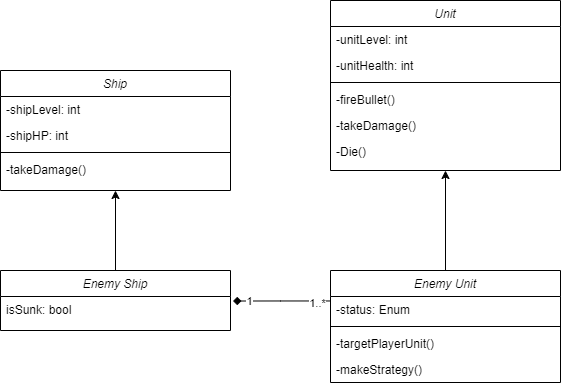
Earlier version of the draw.io export Doc/TL5/Diagrams/ClassDiagram_EnemyAI.png (PalakPandey09/Corsair-Clash). Source tidied: cells renumbered, new cells last; positions are measured from the earlier drawing's top-left corner, leaving out a move shared by most shapes. Its diagram source:
```xml
<mxGraphModel>
  <root>
    <mxCell id="0" />
    <mxCell id="1" parent="0" />
    <mxCell id="2" style="edgeStyle=orthogonalEdgeStyle;rounded=0;jettySize=auto;html=1;entryX=0.5;entryY=1;entryDx=0;entryDy=0;" parent="1" edge="1" source="3" target="5">
      <mxGeometry relative="1" as="geometry" />
    </mxCell>
    <mxCell id="3" value="Enemy Ship" style="swimlane;fontStyle=2;align=center;verticalAlign=top;horizontal=1;startSize=26;rounded=0;shadow=0;strokeWidth=1;" parent="1" vertex="1">
      <mxGeometry y="270" width="230" height="60" as="geometry" />
    </mxCell>
    <mxCell id="4" value="isSunk: bool" style="text;align=left;verticalAlign=top;spacingLeft=4;spacingRight=4;overflow=hidden;points=[[0,0.5],[1,0.5]];portConstraint=eastwest;rounded=0;shadow=0;html=0;" parent="3" vertex="1">
      <mxGeometry y="26" width="230" height="26" as="geometry" />
    </mxCell>
    <mxCell id="5" value="Ship" style="swimlane;fontStyle=2;align=center;verticalAlign=top;horizontal=1;startSize=26;rounded=0;shadow=0;strokeWidth=1;" parent="1" vertex="1">
      <mxGeometry y="70" width="230" height="120" as="geometry" />
    </mxCell>
    <mxCell id="6" value="-shipLevel: int" style="text;align=left;verticalAlign=top;spacingLeft=4;spacingRight=4;overflow=hidden;" parent="5" vertex="1">
      <mxGeometry y="26" width="230" height="26" as="geometry" />
    </mxCell>
    <mxCell id="7" value="-shipHP: int" style="text;align=left;verticalAlign=top;spacingLeft=4;spacingRight=4;overflow=hidden;rounded=0;shadow=0;html=0;" parent="5" vertex="1">
      <mxGeometry y="52" width="230" height="26" as="geometry" />
    </mxCell>
    <mxCell id="8" style="line;html=1;strokeWidth=1;align=left;verticalAlign=middle;spacingTop=-1;spacingLeft=3;spacingRight=3;labelPosition=right;" parent="5" vertex="1">
      <mxGeometry y="78" width="230" height="8" as="geometry" />
    </mxCell>
    <mxCell id="9" value="-takeDamage()" style="text;align=left;verticalAlign=top;spacingLeft=4;spacingRight=4;overflow=hidden;" parent="5" vertex="1">
      <mxGeometry y="86" width="230" height="26" as="geometry" />
    </mxCell>
    <mxCell id="10" style="edgeStyle=orthogonalEdgeStyle;rounded=0;jettySize=auto;html=1;entryX=1.011;entryY=0.174;entryDx=0;entryDy=0;endArrow=diamond;endFill=1;entryPerimeter=0;" parent="1" edge="1" source="14" target="4">
      <mxGeometry relative="1" as="geometry">
        <Array as="points">
          <mxPoint x="280" y="300" />
        </Array>
      </mxGeometry>
    </mxCell>
    <mxCell id="11" value="1..*" style="edgeLabel;html=1;align=center;verticalAlign=middle;" parent="10" vertex="1">
      <mxGeometry x="-0.73" y="2" relative="1" as="geometry" />
    </mxCell>
    <mxCell id="12" value="1" style="edgeLabel;html=1;align=center;verticalAlign=middle;" parent="10" vertex="1">
      <mxGeometry x="0.66" relative="1" as="geometry" />
    </mxCell>
    <mxCell id="13" style="edgeStyle=orthogonalEdgeStyle;rounded=0;jettySize=auto;html=1;" parent="1" edge="1" source="14" target="19">
      <mxGeometry relative="1" as="geometry" />
    </mxCell>
    <mxCell id="14" value="Enemy Unit" style="swimlane;fontStyle=2;align=center;verticalAlign=top;horizontal=1;startSize=26;rounded=0;shadow=0;strokeWidth=1;" parent="1" vertex="1">
      <mxGeometry x="330" y="270" width="230" height="112" as="geometry" />
    </mxCell>
    <mxCell id="15" value="-status: Enum" style="text;align=left;verticalAlign=top;spacingLeft=4;spacingRight=4;overflow=hidden;rounded=0;shadow=0;html=0;" parent="14" vertex="1">
      <mxGeometry y="26" width="230" height="26" as="geometry" />
    </mxCell>
    <mxCell id="16" style="line;html=1;strokeWidth=1;align=left;verticalAlign=middle;spacingTop=-1;spacingLeft=3;spacingRight=3;labelPosition=right;" parent="14" vertex="1">
      <mxGeometry y="52" width="230" height="8" as="geometry" />
    </mxCell>
    <mxCell id="17" value="-targetPlayerUnit()" style="text;align=left;verticalAlign=top;spacingLeft=4;spacingRight=4;overflow=hidden;rounded=0;shadow=0;html=0;" parent="14" vertex="1">
      <mxGeometry y="60" width="230" height="26" as="geometry" />
    </mxCell>
    <mxCell id="18" value="-makeStrategy()" style="text;align=left;verticalAlign=top;spacingLeft=4;spacingRight=4;overflow=hidden;rounded=0;shadow=0;html=0;" parent="14" vertex="1">
      <mxGeometry y="86" width="230" height="26" as="geometry" />
    </mxCell>
    <mxCell id="19" value="Unit" style="swimlane;fontStyle=2;align=center;verticalAlign=top;horizontal=1;startSize=26;rounded=0;shadow=0;strokeWidth=1;" parent="1" vertex="1">
      <mxGeometry x="330" width="230" height="170" as="geometry" />
    </mxCell>
    <mxCell id="20" value="-unitLevel: int" style="text;align=left;verticalAlign=top;spacingLeft=4;spacingRight=4;overflow=hidden;" parent="19" vertex="1">
      <mxGeometry y="26" width="230" height="26" as="geometry" />
    </mxCell>
    <mxCell id="21" value="-unitHealth: int" style="text;align=left;verticalAlign=top;spacingLeft=4;spacingRight=4;overflow=hidden;rounded=0;shadow=0;html=0;" parent="19" vertex="1">
      <mxGeometry y="52" width="230" height="26" as="geometry" />
    </mxCell>
    <mxCell id="22" style="line;html=1;strokeWidth=1;align=left;verticalAlign=middle;spacingTop=-1;spacingLeft=3;spacingRight=3;labelPosition=right;" parent="19" vertex="1">
      <mxGeometry y="78" width="230" height="8" as="geometry" />
    </mxCell>
    <mxCell id="23" value="-fireBullet()" style="text;align=left;verticalAlign=top;spacingLeft=4;spacingRight=4;overflow=hidden;" parent="19" vertex="1">
      <mxGeometry y="86" width="230" height="26" as="geometry" />
    </mxCell>
    <mxCell id="24" value="-takeDamage()" style="text;align=left;verticalAlign=top;spacingLeft=4;spacingRight=4;overflow=hidden;" parent="19" vertex="1">
      <mxGeometry y="112" width="230" height="26" as="geometry" />
    </mxCell>
    <mxCell id="25" value="-Die()" style="text;align=left;verticalAlign=top;spacingLeft=4;spacingRight=4;overflow=hidden;" parent="19" vertex="1">
      <mxGeometry y="138" width="230" height="26" as="geometry" />
    </mxCell>
  </root>
</mxGraphModel>
```
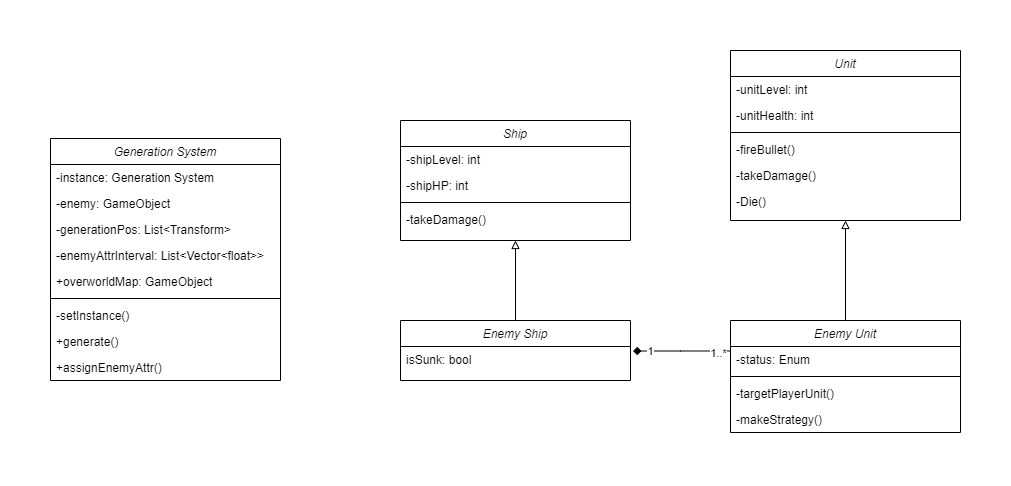
Later version of the same file.

Commit message:
Modify Class Diagram

change the arrow type between Parent and Children Class from closed to open

The edit, as a diff of the source:
```diff
@@ -2,7 +2,37 @@
   <root>
     <mxCell id="0" />
     <mxCell id="1" parent="0" />
+    <mxCell id="26" value="Generation System" style="swimlane;fontStyle=2;align=center;verticalAlign=top;horizontal=1;startSize=26;rounded=0;shadow=0;strokeWidth=1;" parent="1" vertex="1">
+      <mxGeometry x="-350" y="88" width="230" height="242" as="geometry" />
+    </mxCell>
+    <mxCell id="27" value="-instance: Generation System" style="text;align=left;verticalAlign=top;spacingLeft=4;spacingRight=4;overflow=hidden;" parent="26" vertex="1">
+      <mxGeometry y="26" width="230" height="26" as="geometry" />
+    </mxCell>
+    <mxCell id="28" value="-enemy: GameObject" style="text;align=left;verticalAlign=top;spacingLeft=4;spacingRight=4;overflow=hidden;rounded=0;shadow=0;html=0;" parent="26" vertex="1">
+      <mxGeometry y="52" width="230" height="26" as="geometry" />
+    </mxCell>
+    <mxCell id="29" value="-generationPos: List&lt;Transform&gt;" style="text;align=left;verticalAlign=top;spacingLeft=4;spacingRight=4;overflow=hidden;rounded=0;shadow=0;html=0;" parent="26" vertex="1">
+      <mxGeometry y="78" width="230" height="26" as="geometry" />
+    </mxCell>
+    <mxCell id="30" value="-enemyAttrInterval: List&lt;Vector&lt;float&gt;&gt;" style="text;align=left;verticalAlign=top;spacingLeft=4;spacingRight=4;overflow=hidden;rounded=0;shadow=0;html=0;" parent="26" vertex="1">
+      <mxGeometry y="104" width="230" height="26" as="geometry" />
+    </mxCell>
+    <mxCell id="31" value="+overworldMap: GameObject" style="text;align=left;verticalAlign=top;spacingLeft=4;spacingRight=4;overflow=hidden;rounded=0;shadow=0;html=0;" parent="26" vertex="1">
+      <mxGeometry y="130" width="230" height="26" as="geometry" />
+    </mxCell>
+    <mxCell id="32" style="line;html=1;strokeWidth=1;align=left;verticalAlign=middle;spacingTop=-1;spacingLeft=3;spacingRight=3;labelPosition=right;" parent="26" vertex="1">
+      <mxGeometry y="156" width="230" height="8" as="geometry" />
+    </mxCell>
+    <mxCell id="33" value="-setInstance()" style="text;align=left;verticalAlign=top;spacingLeft=4;spacingRight=4;overflow=hidden;" parent="26" vertex="1">
+      <mxGeometry y="164" width="230" height="26" as="geometry" />
+    </mxCell>
+    <mxCell id="34" value="+generate()" style="text;align=left;verticalAlign=top;spacingLeft=4;spacingRight=4;overflow=hidden;" parent="26" vertex="1">
+      <mxGeometry y="190" width="230" height="26" as="geometry" />
+    </mxCell>
+    <mxCell id="35" value="+assignEnemyAttr()" style="text;align=left;verticalAlign=top;spacingLeft=4;spacingRight=4;overflow=hidden;" parent="26" vertex="1">
+      <mxGeometry y="216" width="230" height="26" as="geometry" />
+    </mxCell>
-    <mxCell id="2" style="edgeStyle=orthogonalEdgeStyle;rounded=0;jettySize=auto;html=1;entryX=0.5;entryY=1;entryDx=0;entryDy=0;" parent="1" edge="1" source="3" target="5">
+    <mxCell id="2" style="edgeStyle=orthogonalEdgeStyle;rounded=0;jettySize=auto;html=1;entryX=0.5;entryY=1;entryDx=0;entryDy=0;endArrow=block;endFill=0;" parent="1" edge="1" source="3" target="5">
       <mxGeometry relative="1" as="geometry" />
     </mxCell>
     <mxCell id="3" value="Enemy Ship" style="swimlane;fontStyle=2;align=center;verticalAlign=top;horizontal=1;startSize=26;rounded=0;shadow=0;strokeWidth=1;" parent="1" vertex="1">
@@ -39,7 +69,7 @@
     <mxCell id="12" value="1" style="edgeLabel;html=1;align=center;verticalAlign=middle;" parent="10" vertex="1">
       <mxGeometry x="0.66" relative="1" as="geometry" />
     </mxCell>
-    <mxCell id="13" style="edgeStyle=orthogonalEdgeStyle;rounded=0;jettySize=auto;html=1;" parent="1" edge="1" source="14" target="19">
+    <mxCell id="13" style="edgeStyle=orthogonalEdgeStyle;rounded=0;jettySize=auto;html=1;endArrow=block;endFill=0;" parent="1" edge="1" source="14" target="19">
       <mxGeometry relative="1" as="geometry" />
     </mxCell>
     <mxCell id="14" value="Enemy Unit" style="swimlane;fontStyle=2;align=center;verticalAlign=top;horizontal=1;startSize=26;rounded=0;shadow=0;strokeWidth=1;" parent="1" vertex="1">
```
